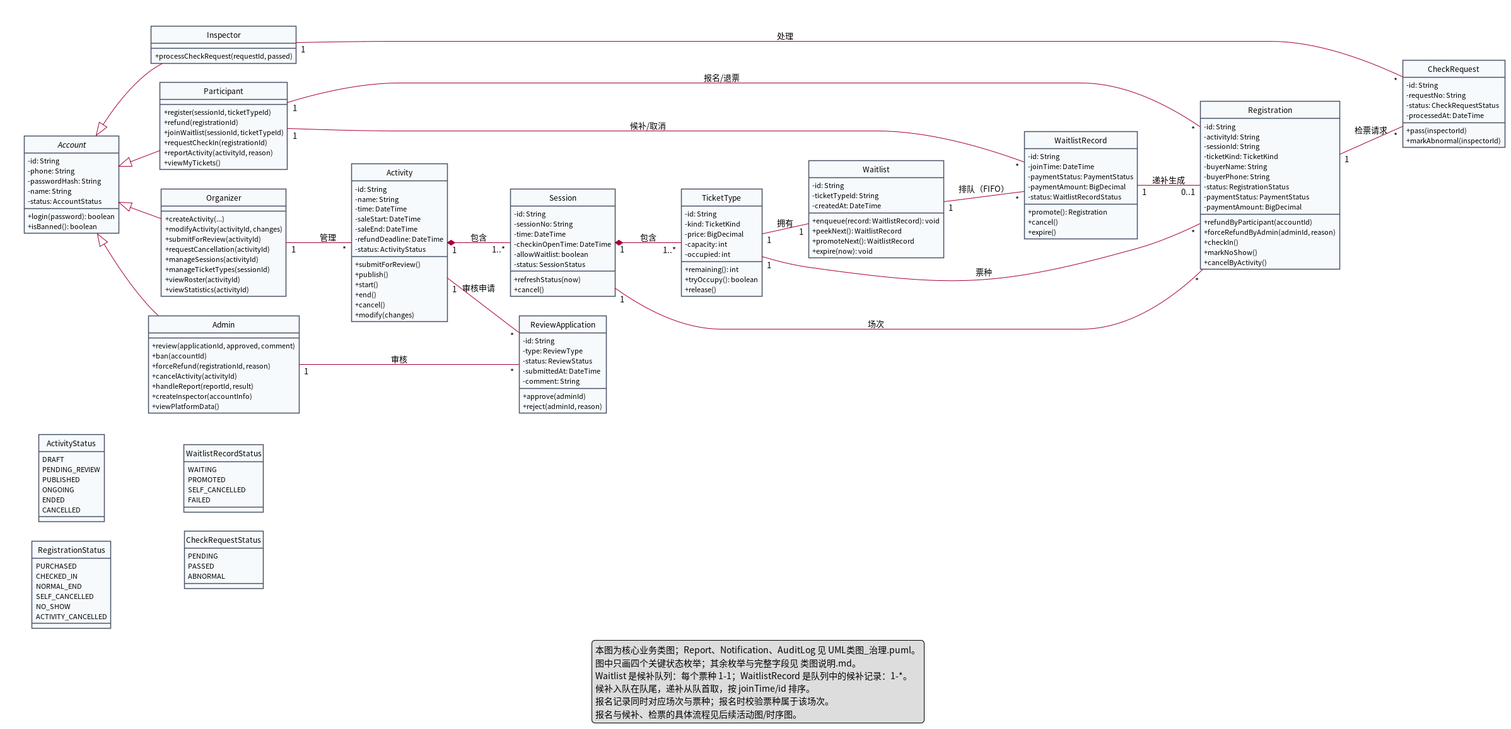
Above: lab2/UML/UML类图.png in Lewis-44-China/se-lab1-requirements (PlantUML), before the change.
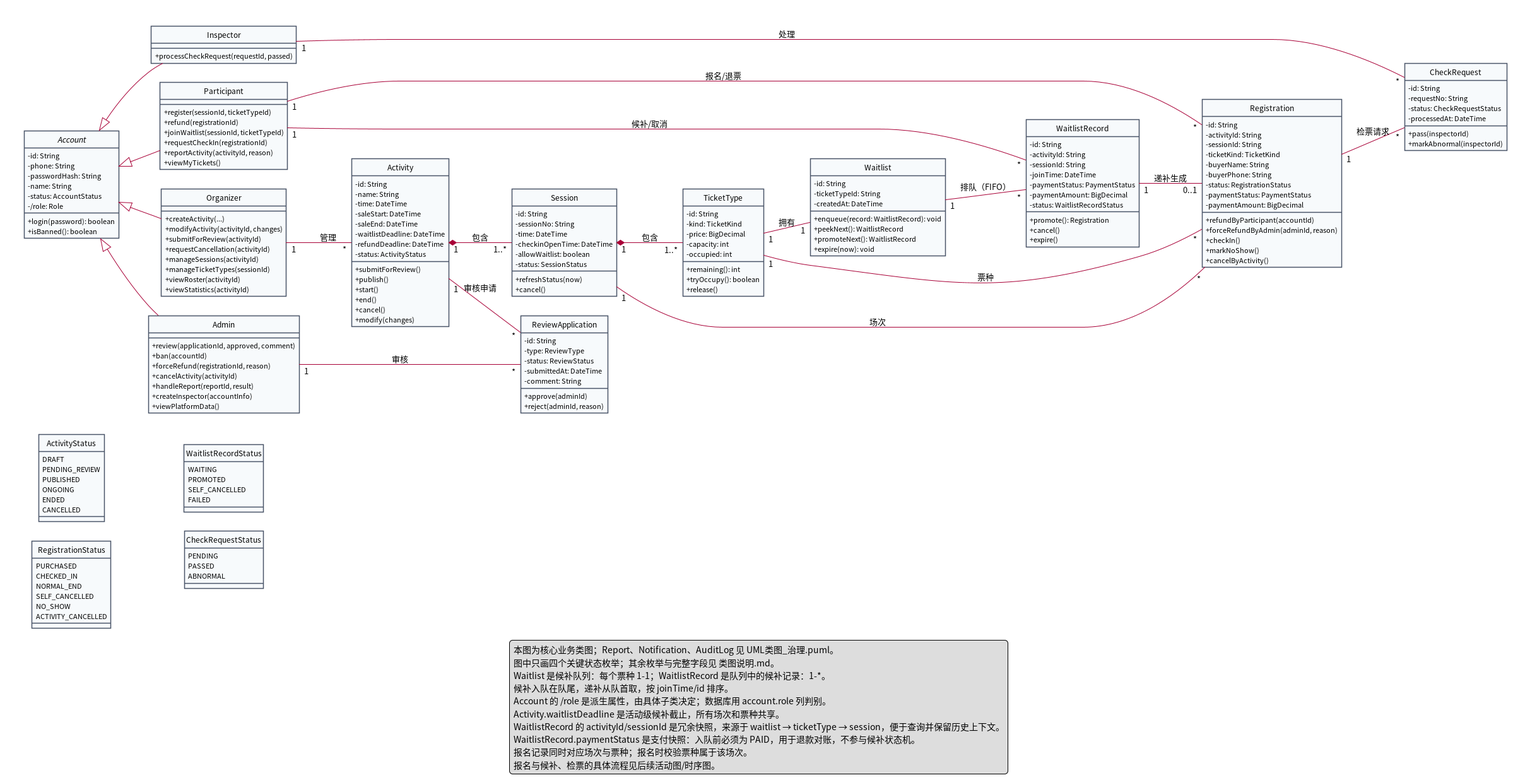
The same diagram one commit later.

Change to the diagram source:
```diff
@@ -18,6 +18,7 @@
   - passwordHash: String
   - name: String
   - status: AccountStatus
+  - /role: Role
   + login(password): boolean
   + isBanned(): boolean
 }
@@ -59,6 +60,7 @@
   - time: DateTime
   - saleStart: DateTime
   - saleEnd: DateTime
+  - waitlistDeadline: DateTime
   - refundDeadline: DateTime
   - status: ActivityStatus
   + submitForReview()
@@ -115,6 +117,8 @@
 }
 class WaitlistRecord {
   - id: String
+  - activityId: String
+  - sessionId: String
   - joinTime: DateTime
   - paymentStatus: PaymentStatus
   - paymentAmount: BigDecimal
@@ -195,6 +199,10 @@
   图中只画四个关键状态枚举；其余枚举与完整字段见 类图说明.md。
   Waitlist 是候补队列：每个票种 1-1；WaitlistRecord 是队列中的候补记录：1-*。
   候补入队在队尾，递补从队首取，按 joinTime/id 排序。
+  Account 的 /role 是派生属性，由具体子类决定；数据库用 account.role 列判别。
+  Activity.waitlistDeadline 是活动级候补截止，所有场次和票种共享。
+  WaitlistRecord 的 activityId/sessionId 是冗余快照，来源于 waitlist → ticketType → session，便于查询并保留历史上下文。
+  WaitlistRecord.paymentStatus 是支付快照：入队前必须为 PAID，用于退款对账，不参与候补状态机。
   报名记录同时对应场次与票种；报名时校验票种属于该场次。
   报名与候补、检票的具体流程见后续活动图/时序图。
 endlegend
```
